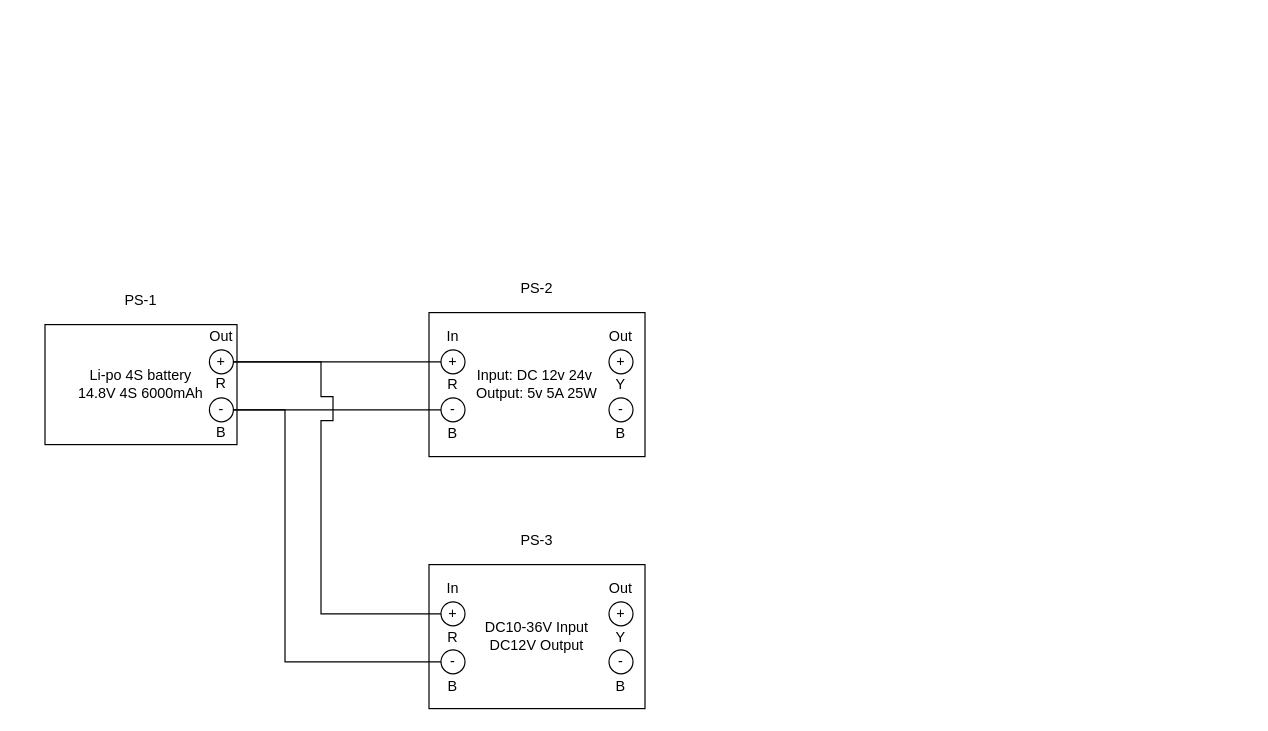
Before: page "Power distribution" (1 of 4) of hello_robot_description/hello_robot_design_diagrams.drawio in mukmalone/hello_robot, a draw.io diagram. Source tidied: cells renumbered, new cells numbered last; positions are measured from the earlier drawing's top-left corner, leaving out a move shared by most shapes. Both pictures are drawn from the tidied source at 120%, with x=0, y=0 at pixel (44, 276).
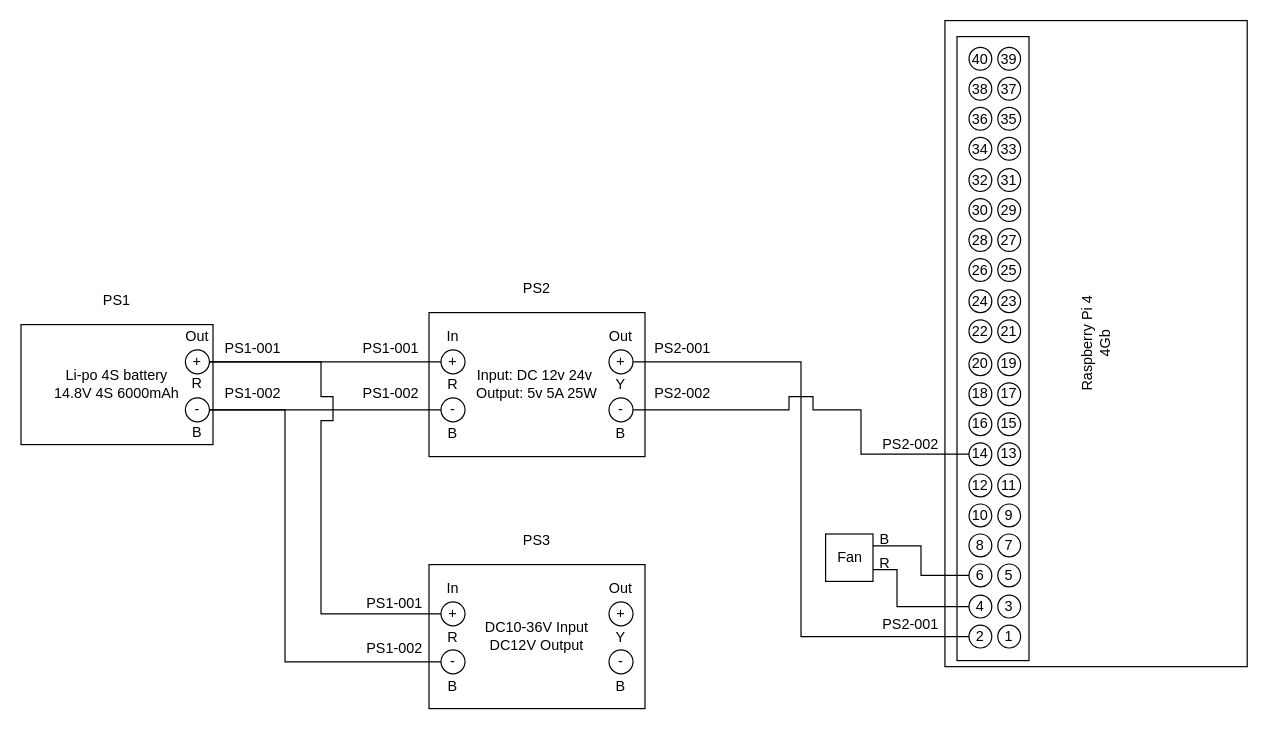
The same page after the edit.

Unchanged cells that the change refers to:
```xml
<mxCell id="14" value="+" style="ellipse;whiteSpace=wrap;html=1;" parent="9" vertex="1">
  <mxGeometry x="150" y="31" width="20" height="20" as="geometry" />
</mxCell>
<mxCell id="15" value="-" style="ellipse;whiteSpace=wrap;html=1;" parent="9" vertex="1">
  <mxGeometry x="150" y="71" width="20" height="20" as="geometry" />
</mxCell>
```

The edit, as a diff of the source:
```diff
@@
+    <mxCell id="40" value="Raspberry Pi 4&lt;br&gt;4Gb" style="rounded=0;whiteSpace=wrap;html=1;rotation=-90;" parent="1" vertex="1">
+      <mxGeometry x="606.7" y="-70.1" width="538.4" height="251.9" as="geometry" />
+    </mxCell>
+    <mxCell id="41" style="rounded=0;whiteSpace=wrap;html=1;fillColor=none;" parent="1" vertex="1">
+      <mxGeometry x="760" y="-200" width="60" height="520" as="geometry" />
+    </mxCell>
     <mxCell id="2" style="group;" parent="1" vertex="1">
-      <mxGeometry y="40" width="167" height="100" as="geometry" />
+      <mxGeometry x="-20" y="40" width="167" height="100" as="geometry" />
     </mxCell>
@@
-    <mxCell id="21" value="PS-1" style="text;html=1;strokeColor=none;fillColor=none;align=center;verticalAlign=middle;whiteSpace=wrap;rounded=0;" parent="1" vertex="1">
-      <mxGeometry x="60" y="10" width="40" height="20" as="geometry" />
+    <mxCell id="21" value="PS1" style="text;html=1;strokeColor=none;fillColor=none;align=center;verticalAlign=middle;whiteSpace=wrap;rounded=0;" parent="1" vertex="1">
+      <mxGeometry x="40" y="10" width="40" height="20" as="geometry" />
     </mxCell>
-    <mxCell id="22" value="PS-2" style="text;html=1;strokeColor=none;fillColor=none;align=center;verticalAlign=middle;whiteSpace=wrap;rounded=0;" parent="1" vertex="1">
+    <mxCell id="22" value="PS2" style="text;html=1;strokeColor=none;fillColor=none;align=center;verticalAlign=middle;whiteSpace=wrap;rounded=0;" parent="1" vertex="1">
       <mxGeometry x="390" width="40" height="20" as="geometry" />
     </mxCell>
@@
-    <mxCell id="37" value="PS-3" style="text;html=1;strokeColor=none;fillColor=none;align=center;verticalAlign=middle;whiteSpace=wrap;rounded=0;" parent="1" vertex="1">
+    <mxCell id="37" value="PS3" style="text;html=1;strokeColor=none;fillColor=none;align=center;verticalAlign=middle;whiteSpace=wrap;rounded=0;" parent="1" vertex="1">
       <mxGeometry x="390" y="210" width="40" height="20" as="geometry" />
     </mxCell>
@@
+    <mxCell id="42" value="2" style="ellipse;whiteSpace=wrap;html=1;" parent="1" vertex="1">
+      <mxGeometry x="770" y="290.5" width="19" height="19" as="geometry" />
+    </mxCell>
+    <mxCell id="43" style="edgeStyle=orthogonalEdgeStyle;rounded=0;jettySize=auto;html=1;exitX=0;exitY=0.5;exitDx=0;exitDy=0;endArrow=none;endFill=0;entryX=1;entryY=0.75;entryDx=0;entryDy=0;" parent="1" edge="1" source="44" target="96">
+      <mxGeometry relative="1" as="geometry">
+        <Array as="points">
+          <mxPoint x="710" y="275" />
+          <mxPoint x="710" y="244" />
+        </Array>
+      </mxGeometry>
+    </mxCell>
+    <mxCell id="44" value="4" style="ellipse;whiteSpace=wrap;html=1;" parent="1" vertex="1">
+      <mxGeometry x="770" y="265.5" width="19" height="19" as="geometry" />
+    </mxCell>
+    <mxCell id="45" style="edgeStyle=orthogonalEdgeStyle;rounded=0;jettySize=auto;html=1;exitX=0;exitY=0.5;exitDx=0;exitDy=0;entryX=1;entryY=0.25;entryDx=0;entryDy=0;endArrow=none;endFill=0;" parent="1" edge="1" source="46" target="96">
+      <mxGeometry relative="1" as="geometry" />
+    </mxCell>
+    <mxCell id="46" value="6" style="ellipse;whiteSpace=wrap;html=1;" parent="1" vertex="1">
+      <mxGeometry x="770" y="239.5" width="19" height="19" as="geometry" />
+    </mxCell>
+    <mxCell id="47" value="8" style="ellipse;whiteSpace=wrap;html=1;" parent="1" vertex="1">
+      <mxGeometry x="770" y="214.5" width="19" height="19" as="geometry" />
+    </mxCell>
+    <mxCell id="48" value="1" style="ellipse;whiteSpace=wrap;html=1;" parent="1" vertex="1">
+      <mxGeometry x="794" y="290.5" width="19" height="19" as="geometry" />
+    </mxCell>
+    <mxCell id="49" value="3" style="ellipse;whiteSpace=wrap;html=1;" parent="1" vertex="1">
+      <mxGeometry x="794" y="265.5" width="19" height="19" as="geometry" />
+    </mxCell>
+    <mxCell id="50" value="5" style="ellipse;whiteSpace=wrap;html=1;" parent="1" vertex="1">
+      <mxGeometry x="794" y="239.5" width="19" height="19" as="geometry" />
+    </mxCell>
+    <mxCell id="51" value="7" style="ellipse;whiteSpace=wrap;html=1;" parent="1" vertex="1">
+      <mxGeometry x="794" y="214.5" width="19" height="19" as="geometry" />
+    </mxCell>
+    <mxCell id="52" style="edgeStyle=orthogonalEdgeStyle;rounded=0;jettySize=auto;html=1;entryX=0;entryY=0.5;entryDx=0;entryDy=0;endArrow=none;endFill=0;" parent="1" edge="1" source="14" target="42">
+      <mxGeometry relative="1" as="geometry" />
+    </mxCell>
+    <mxCell id="53" style="edgeStyle=orthogonalEdgeStyle;rounded=0;jettySize=auto;html=1;exitX=1;exitY=0.5;exitDx=0;exitDy=0;entryX=0;entryY=0.5;entryDx=0;entryDy=0;endArrow=none;endFill=0;" parent="1" edge="1" source="15" target="64">
+      <mxGeometry relative="1" as="geometry">
+        <Array as="points">
+          <mxPoint x="620" y="111" />
+          <mxPoint x="620" y="100" />
+          <mxPoint x="640" y="100" />
+          <mxPoint x="640" y="111" />
+          <mxPoint x="680" y="111" />
+          <mxPoint x="680" y="148" />
+        </Array>
+      </mxGeometry>
+    </mxCell>
+    <mxCell id="54" value="PS1-001" style="text;html=1;strokeColor=none;fillColor=none;align=center;verticalAlign=middle;whiteSpace=wrap;rounded=0;" parent="1" vertex="1">
+      <mxGeometry x="142" y="50" width="63" height="20" as="geometry" />
+    </mxCell>
+    <mxCell id="55" value="PS1-002" style="text;html=1;strokeColor=none;fillColor=none;align=center;verticalAlign=middle;whiteSpace=wrap;rounded=0;" parent="1" vertex="1">
+      <mxGeometry x="142" y="87.5" width="63" height="20" as="geometry" />
+    </mxCell>
+    <mxCell id="56" value="PS1-001" style="text;html=1;strokeColor=none;fillColor=none;align=center;verticalAlign=middle;whiteSpace=wrap;rounded=0;" parent="1" vertex="1">
+      <mxGeometry x="260" y="262.5" width="63" height="20" as="geometry" />
+    </mxCell>
+    <mxCell id="57" value="PS1-002" style="text;html=1;strokeColor=none;fillColor=none;align=center;verticalAlign=middle;whiteSpace=wrap;rounded=0;" parent="1" vertex="1">
+      <mxGeometry x="260" y="300" width="63" height="20" as="geometry" />
+    </mxCell>
+    <mxCell id="58" value="PS1-001" style="text;html=1;strokeColor=none;fillColor=none;align=center;verticalAlign=middle;whiteSpace=wrap;rounded=0;" parent="1" vertex="1">
+      <mxGeometry x="257" y="50" width="63" height="20" as="geometry" />
+    </mxCell>
+    <mxCell id="59" value="PS1-002" style="text;html=1;strokeColor=none;fillColor=none;align=center;verticalAlign=middle;whiteSpace=wrap;rounded=0;" parent="1" vertex="1">
+      <mxGeometry x="257" y="87.5" width="63" height="20" as="geometry" />
+    </mxCell>
+    <mxCell id="60" value="PS2-001" style="text;html=1;strokeColor=none;fillColor=none;align=center;verticalAlign=middle;whiteSpace=wrap;rounded=0;" parent="1" vertex="1">
+      <mxGeometry x="500" y="50" width="63" height="20" as="geometry" />
+    </mxCell>
+    <mxCell id="61" value="PS2-002" style="text;html=1;strokeColor=none;fillColor=none;align=center;verticalAlign=middle;whiteSpace=wrap;rounded=0;" parent="1" vertex="1">
+      <mxGeometry x="500" y="87.5" width="63" height="20" as="geometry" />
+    </mxCell>
+    <mxCell id="62" value="10" style="ellipse;whiteSpace=wrap;html=1;" parent="1" vertex="1">
+      <mxGeometry x="770" y="189.5" width="19" height="19" as="geometry" />
+    </mxCell>
+    <mxCell id="63" value="12" style="ellipse;whiteSpace=wrap;html=1;" parent="1" vertex="1">
+      <mxGeometry x="770" y="164.5" width="19" height="19" as="geometry" />
+    </mxCell>
+    <mxCell id="64" value="14" style="ellipse;whiteSpace=wrap;html=1;" parent="1" vertex="1">
+      <mxGeometry x="770" y="138.5" width="19" height="19" as="geometry" />
+    </mxCell>
+    <mxCell id="65" value="16" style="ellipse;whiteSpace=wrap;html=1;" parent="1" vertex="1">
+      <mxGeometry x="770" y="113.5" width="19" height="19" as="geometry" />
+    </mxCell>
+    <mxCell id="66" value="9" style="ellipse;whiteSpace=wrap;html=1;" parent="1" vertex="1">
+      <mxGeometry x="794" y="189.5" width="19" height="19" as="geometry" />
+    </mxCell>
+    <mxCell id="67" value="11" style="ellipse;whiteSpace=wrap;html=1;" parent="1" vertex="1">
+      <mxGeometry x="794" y="164.5" width="19" height="19" as="geometry" />
+    </mxCell>
+    <mxCell id="68" value="13" style="ellipse;whiteSpace=wrap;html=1;" parent="1" vertex="1">
+      <mxGeometry x="794" y="138.5" width="19" height="19" as="geometry" />
+    </mxCell>
+    <mxCell id="69" value="15" style="ellipse;whiteSpace=wrap;html=1;" parent="1" vertex="1">
+      <mxGeometry x="794" y="113.5" width="19" height="19" as="geometry" />
+    </mxCell>
+    <mxCell id="70" value="18" style="ellipse;whiteSpace=wrap;html=1;" parent="1" vertex="1">
+      <mxGeometry x="770" y="88.5" width="19" height="19" as="geometry" />
+    </mxCell>
+    <mxCell id="71" value="20" style="ellipse;whiteSpace=wrap;html=1;" parent="1" vertex="1">
+      <mxGeometry x="770" y="63.5" width="19" height="19" as="geometry" />
+    </mxCell>
+    <mxCell id="72" value="17" style="ellipse;whiteSpace=wrap;html=1;" parent="1" vertex="1">
+      <mxGeometry x="794" y="88.5" width="19" height="19" as="geometry" />
+    </mxCell>
+    <mxCell id="73" value="19" style="ellipse;whiteSpace=wrap;html=1;" parent="1" vertex="1">
+      <mxGeometry x="794" y="63.5" width="19" height="19" as="geometry" />
+    </mxCell>
+    <mxCell id="74" value="22" style="ellipse;whiteSpace=wrap;html=1;" parent="1" vertex="1">
+      <mxGeometry x="770" y="36" width="19" height="19" as="geometry" />
+    </mxCell>
+    <mxCell id="75" value="24" style="ellipse;whiteSpace=wrap;html=1;" parent="1" vertex="1">
+      <mxGeometry x="770" y="11" width="19" height="19" as="geometry" />
+    </mxCell>
+    <mxCell id="76" value="26" style="ellipse;whiteSpace=wrap;html=1;" parent="1" vertex="1">
+      <mxGeometry x="770" y="-15" width="19" height="19" as="geometry" />
+    </mxCell>
+    <mxCell id="77" value="28" style="ellipse;whiteSpace=wrap;html=1;" parent="1" vertex="1">
+      <mxGeometry x="770" y="-40" width="19" height="19" as="geometry" />
+    </mxCell>
+    <mxCell id="78" value="21" style="ellipse;whiteSpace=wrap;html=1;" parent="1" vertex="1">
+      <mxGeometry x="794" y="36" width="19" height="19" as="geometry" />
+    </mxCell>
+    <mxCell id="79" value="23" style="ellipse;whiteSpace=wrap;html=1;" parent="1" vertex="1">
+      <mxGeometry x="794" y="11" width="19" height="19" as="geometry" />
+    </mxCell>
+    <mxCell id="80" value="25" style="ellipse;whiteSpace=wrap;html=1;" parent="1" vertex="1">
+      <mxGeometry x="794" y="-15" width="19" height="19" as="geometry" />
+    </mxCell>
+    <mxCell id="81" value="27" style="ellipse;whiteSpace=wrap;html=1;" parent="1" vertex="1">
+      <mxGeometry x="794" y="-40" width="19" height="19" as="geometry" />
+    </mxCell>
+    <mxCell id="82" value="30" style="ellipse;whiteSpace=wrap;html=1;" parent="1" vertex="1">
+      <mxGeometry x="770" y="-65" width="19" height="19" as="geometry" />
+    </mxCell>
+    <mxCell id="83" value="32" style="ellipse;whiteSpace=wrap;html=1;" parent="1" vertex="1">
+      <mxGeometry x="770" y="-90" width="19" height="19" as="geometry" />
+    </mxCell>
+    <mxCell id="84" value="34" style="ellipse;whiteSpace=wrap;html=1;" parent="1" vertex="1">
+      <mxGeometry x="770" y="-116" width="19" height="19" as="geometry" />
+    </mxCell>
+    <mxCell id="85" value="36" style="ellipse;whiteSpace=wrap;html=1;" parent="1" vertex="1">
+      <mxGeometry x="770" y="-141" width="19" height="19" as="geometry" />
+    </mxCell>
+    <mxCell id="86" value="29" style="ellipse;whiteSpace=wrap;html=1;" parent="1" vertex="1">
+      <mxGeometry x="794" y="-65" width="19" height="19" as="geometry" />
+    </mxCell>
+    <mxCell id="87" value="31" style="ellipse;whiteSpace=wrap;html=1;" parent="1" vertex="1">
+      <mxGeometry x="794" y="-90" width="19" height="19" as="geometry" />
+    </mxCell>
+    <mxCell id="88" value="33" style="ellipse;whiteSpace=wrap;html=1;" parent="1" vertex="1">
+      <mxGeometry x="794" y="-116" width="19" height="19" as="geometry" />
+    </mxCell>
+    <mxCell id="89" value="35" style="ellipse;whiteSpace=wrap;html=1;" parent="1" vertex="1">
+      <mxGeometry x="794" y="-141" width="19" height="19" as="geometry" />
+    </mxCell>
+    <mxCell id="90" value="38" style="ellipse;whiteSpace=wrap;html=1;" parent="1" vertex="1">
+      <mxGeometry x="770" y="-166" width="19" height="19" as="geometry" />
+    </mxCell>
+    <mxCell id="91" value="40" style="ellipse;whiteSpace=wrap;html=1;" parent="1" vertex="1">
+      <mxGeometry x="770" y="-191" width="19" height="19" as="geometry" />
+    </mxCell>
+    <mxCell id="92" value="37" style="ellipse;whiteSpace=wrap;html=1;" parent="1" vertex="1">
+      <mxGeometry x="794" y="-166" width="19" height="19" as="geometry" />
+    </mxCell>
+    <mxCell id="93" value="39" style="ellipse;whiteSpace=wrap;html=1;" parent="1" vertex="1">
+      <mxGeometry x="794" y="-191" width="19" height="19" as="geometry" />
+    </mxCell>
+    <mxCell id="94" value="PS2-001" style="text;html=1;strokeColor=none;fillColor=none;align=center;verticalAlign=middle;whiteSpace=wrap;rounded=0;" parent="1" vertex="1">
+      <mxGeometry x="690" y="280" width="63" height="20" as="geometry" />
+    </mxCell>
+    <mxCell id="95" value="PS2-002" style="text;html=1;strokeColor=none;fillColor=none;align=center;verticalAlign=middle;whiteSpace=wrap;rounded=0;" parent="1" vertex="1">
+      <mxGeometry x="690" y="130" width="63" height="20" as="geometry" />
+    </mxCell>
+    <mxCell id="96" value="Fan" style="whiteSpace=wrap;html=1;fillColor=none;" parent="1" vertex="1">
+      <mxGeometry x="650.5" y="214.5" width="39.5" height="39.5" as="geometry" />
+    </mxCell>
+    <mxCell id="97" value="R" style="text;html=1;strokeColor=none;fillColor=none;align=center;verticalAlign=middle;whiteSpace=wrap;rounded=0;" parent="1" vertex="1">
+      <mxGeometry x="680" y="228.5" width="40" height="20" as="geometry" />
+    </mxCell>
+    <mxCell id="98" value="B" style="text;html=1;strokeColor=none;fillColor=none;align=center;verticalAlign=middle;whiteSpace=wrap;rounded=0;" parent="1" vertex="1">
+      <mxGeometry x="680" y="208.5" width="40" height="20" as="geometry" />
+    </mxCell>
```
